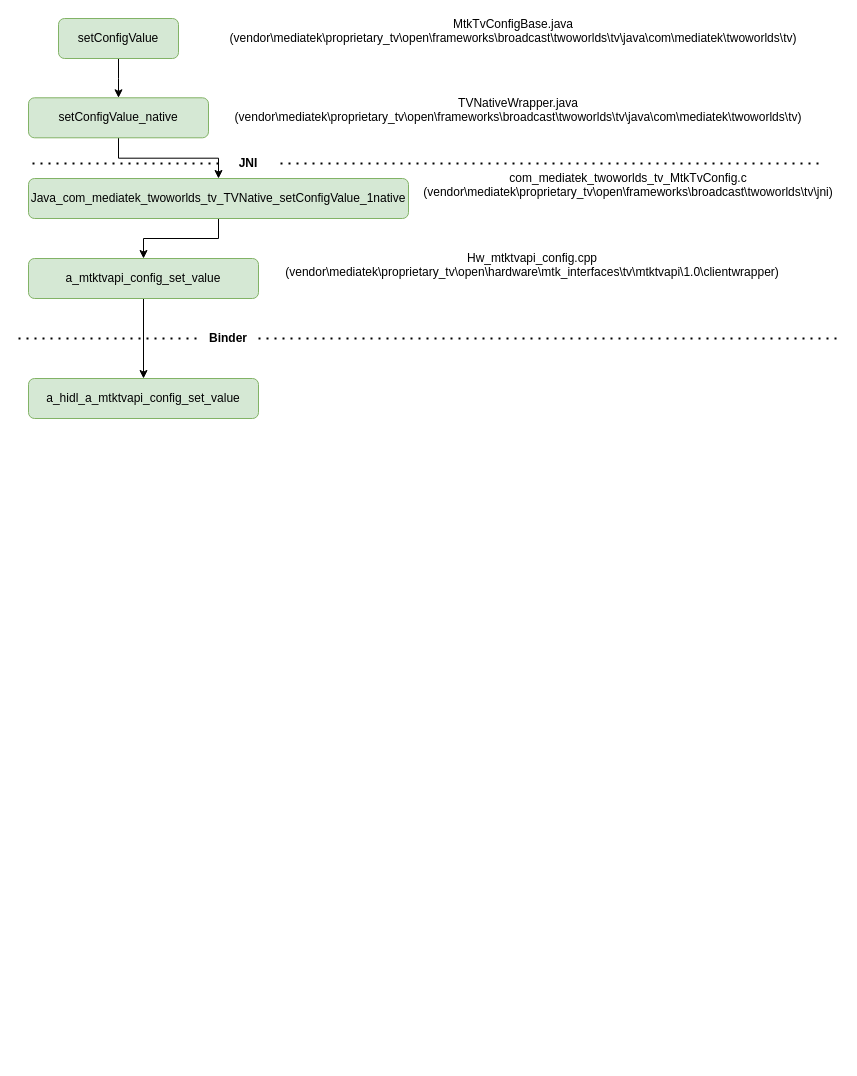
yyzsyx/app_diagrams_net keeps this draw.io diagram as up/mtk_sharpness_callflow.drawio. Above is the earlier version. Source tidied: cells renumbered, new cells numbered last; positions are measured from the earlier drawing's top-left corner, leaving out a move shared by most shapes. Both pictures are drawn from the tidied source at 100%, with x=0, y=0 at pixel (18, 18).
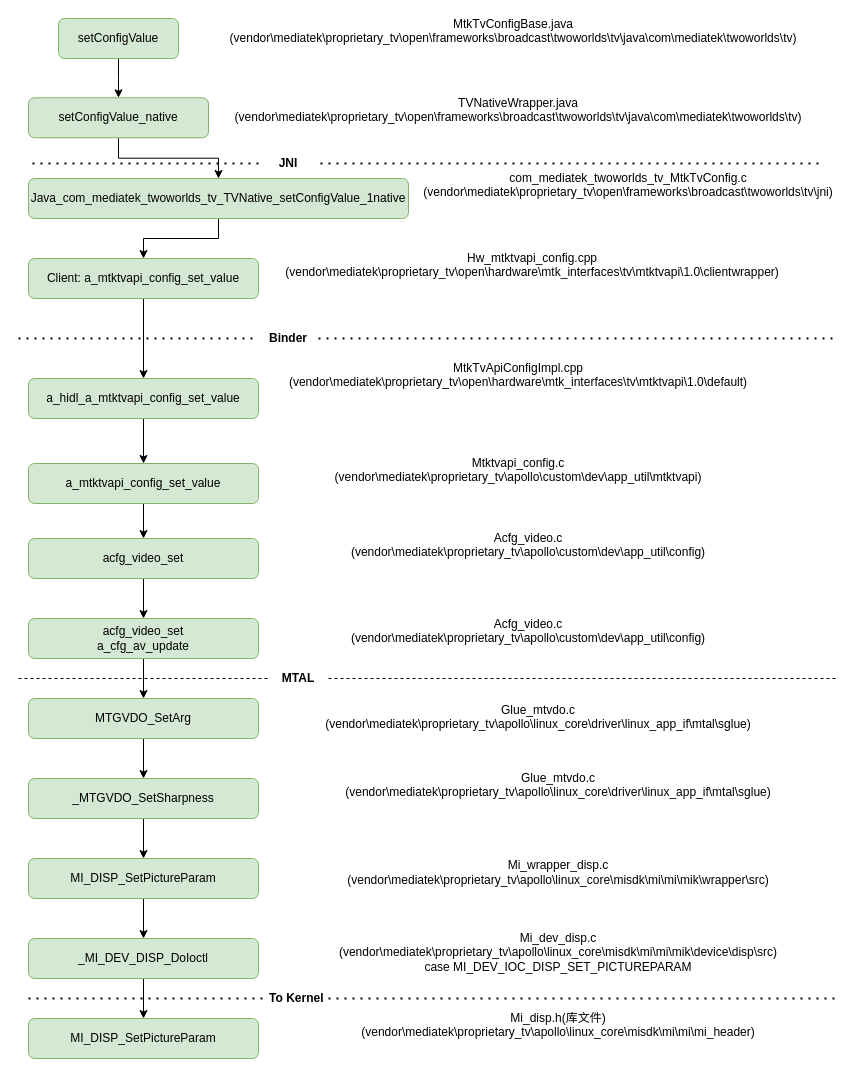
The same page after the edit.

The change refers to these unchanged cells:
```xml
<mxCell id="18" value="a_hidl_a_mtktvapi_config_set_value" style="rounded=1;whiteSpace=wrap;html=1;fillColor=#d5e8d4;strokeColor=#82b366;" parent="1" vertex="1">
  <mxGeometry x="10" y="360" width="230" height="40" as="geometry" />
</mxCell>
```

What changed in the source:
```diff
@@
     <mxCell id="12" value="JNI" style="text;html=1;align=center;verticalAlign=middle;whiteSpace=wrap;rounded=0;fontStyle=1;" parent="1" vertex="1">
-      <mxGeometry x="200" y="130" width="60" height="30" as="geometry" />
+      <mxGeometry x="240" y="130" width="60" height="30" as="geometry" />
     </mxCell>
@@
-    <mxCell id="15" value="a_mtktvapi_config_set_value" style="rounded=1;whiteSpace=wrap;html=1;fillColor=#d5e8d4;strokeColor=#82b366;" parent="1" vertex="1">
+    <mxCell id="15" value="Client: a_mtktvapi_config_set_value" style="rounded=1;whiteSpace=wrap;html=1;fillColor=#d5e8d4;strokeColor=#82b366;" parent="1" vertex="1">
       <mxGeometry x="10" y="240" width="230" height="40" as="geometry" />
     </mxCell>
@@
+    <mxCell id="21" style="edgeStyle=orthogonalEdgeStyle;rounded=0;jettySize=auto;html=1;" parent="1" edge="1" source="18" target="25">
+      <mxGeometry relative="1" as="geometry" />
+    </mxCell>
@@
     <mxCell id="19" value="Binder" style="text;html=1;align=center;verticalAlign=middle;whiteSpace=wrap;rounded=0;fontStyle=1;" parent="1" vertex="1">
-      <mxGeometry x="180" y="300" width="60" height="40" as="geometry" />
+      <mxGeometry x="240" y="300" width="60" height="40" as="geometry" />
     </mxCell>
@@
+    <mxCell id="22" value="&lt;div&gt;&lt;div&gt;&lt;div&gt;&lt;div&gt;&lt;div&gt;MtkTvApiConfigImpl.cpp (vendor\mediatek\proprietary_tv\open\hardware\mtk_interfaces\tv\mtktvapi\1.0\default)&lt;span style=&quot;&quot;&gt; &lt;/span&gt;&lt;/div&gt;&lt;/div&gt;&lt;/div&gt;&lt;/div&gt;&lt;/div&gt;&lt;div&gt;&lt;br&gt;&lt;/div&gt;" style="text;html=1;strokeColor=none;fillColor=none;align=center;verticalAlign=middle;whiteSpace=wrap;rounded=0;" parent="1" vertex="1">
+      <mxGeometry x="400" y="350" width="200" height="28.6" as="geometry" />
+    </mxCell>
+    <mxCell id="23" value="&lt;div&gt;&lt;div&gt;&lt;div&gt;&lt;div&gt;&lt;div&gt;&lt;div&gt;Mtktvapi_config.c (vendor\mediatek\proprietary_tv\apollo\custom\dev\app_util\mtktvapi)&lt;span style=&quot;&quot;&gt; &lt;/span&gt;&lt;/div&gt;&lt;/div&gt;&lt;/div&gt;&lt;/div&gt;&lt;/div&gt;&lt;/div&gt;&lt;div&gt;&lt;br&gt;&lt;/div&gt;" style="text;html=1;strokeColor=none;fillColor=none;align=center;verticalAlign=middle;whiteSpace=wrap;rounded=0;" parent="1" vertex="1">
+      <mxGeometry x="400" y="445" width="200" height="28.6" as="geometry" />
+    </mxCell>
+    <mxCell id="24" style="edgeStyle=orthogonalEdgeStyle;rounded=0;jettySize=auto;html=1;" parent="1" edge="1" source="25" target="28">
+      <mxGeometry relative="1" as="geometry" />
+    </mxCell>
+    <mxCell id="25" value="a_mtktvapi_config_set_value" style="rounded=1;whiteSpace=wrap;html=1;fillColor=#d5e8d4;strokeColor=#82b366;" parent="1" vertex="1">
+      <mxGeometry x="10" y="445" width="230" height="40" as="geometry" />
+    </mxCell>
+    <mxCell id="26" value="&lt;div&gt;&lt;div&gt;&lt;div&gt;&lt;div&gt;&lt;div&gt;&lt;div&gt;&lt;div&gt;Acfg_video.c (vendor\mediatek\proprietary_tv\apollo\custom\dev\app_util\config)&lt;span style=&quot;&quot;&gt; &lt;/span&gt;&lt;/div&gt;&lt;/div&gt;&lt;/div&gt;&lt;/div&gt;&lt;/div&gt;&lt;/div&gt;&lt;/div&gt;&lt;div&gt;&lt;br&gt;&lt;/div&gt;" style="text;html=1;strokeColor=none;fillColor=none;align=center;verticalAlign=middle;whiteSpace=wrap;rounded=0;" parent="1" vertex="1">
+      <mxGeometry x="410" y="520" width="200" height="28.6" as="geometry" />
+    </mxCell>
+    <mxCell id="27" style="edgeStyle=orthogonalEdgeStyle;rounded=0;jettySize=auto;html=1;" parent="1" edge="1" source="28" target="30">
+      <mxGeometry relative="1" as="geometry" />
+    </mxCell>
+    <mxCell id="28" value="acfg_video_set" style="rounded=1;whiteSpace=wrap;html=1;fillColor=#d5e8d4;strokeColor=#82b366;" parent="1" vertex="1">
+      <mxGeometry x="10" y="520" width="230" height="40" as="geometry" />
+    </mxCell>
+    <mxCell id="29" style="edgeStyle=orthogonalEdgeStyle;rounded=0;jettySize=auto;html=1;" parent="1" edge="1" source="30" target="33">
+      <mxGeometry relative="1" as="geometry" />
+    </mxCell>
+    <mxCell id="30" value="acfg_video_set&lt;br&gt;a_cfg_av_update" style="rounded=1;whiteSpace=wrap;html=1;fillColor=#d5e8d4;strokeColor=#82b366;" parent="1" vertex="1">
+      <mxGeometry x="10" y="600" width="230" height="40" as="geometry" />
+    </mxCell>
+    <mxCell id="31" value="&lt;div&gt;&lt;div&gt;&lt;div&gt;&lt;div&gt;&lt;div&gt;&lt;div&gt;&lt;div&gt;Acfg_video.c (vendor\mediatek\proprietary_tv\apollo\custom\dev\app_util\config)&lt;span style=&quot;&quot;&gt; &lt;/span&gt;&lt;/div&gt;&lt;/div&gt;&lt;/div&gt;&lt;/div&gt;&lt;/div&gt;&lt;/div&gt;&lt;/div&gt;&lt;div&gt;&lt;br&gt;&lt;/div&gt;" style="text;html=1;strokeColor=none;fillColor=none;align=center;verticalAlign=middle;whiteSpace=wrap;rounded=0;" parent="1" vertex="1">
+      <mxGeometry x="410" y="605.7" width="200" height="28.6" as="geometry" />
+    </mxCell>
+    <mxCell id="32" style="edgeStyle=orthogonalEdgeStyle;rounded=0;jettySize=auto;html=1;" parent="1" edge="1" source="33" target="35">
+      <mxGeometry relative="1" as="geometry" />
+    </mxCell>
+    <mxCell id="33" value="MTGVDO_SetArg" style="rounded=1;whiteSpace=wrap;html=1;fillColor=#d5e8d4;strokeColor=#82b366;" parent="1" vertex="1">
+      <mxGeometry x="10" y="680" width="230" height="40" as="geometry" />
+    </mxCell>
+    <mxCell id="34" style="edgeStyle=orthogonalEdgeStyle;rounded=0;jettySize=auto;html=1;" parent="1" edge="1" source="35" target="43">
+      <mxGeometry relative="1" as="geometry" />
+    </mxCell>
+    <mxCell id="35" value="_MTGVDO_SetSharpness" style="rounded=1;whiteSpace=wrap;html=1;fillColor=#d5e8d4;strokeColor=#82b366;" parent="1" vertex="1">
+      <mxGeometry x="10" y="760" width="230" height="40" as="geometry" />
+    </mxCell>
+    <mxCell id="36" value="&lt;div&gt;&lt;div&gt;&lt;div&gt;&lt;div&gt;&lt;div&gt;&lt;div&gt;&lt;div&gt;&lt;div&gt;Glue_mtvdo.c (vendor\mediatek\proprietary_tv\apollo\linux_core\driver\linux_app_if\mtal\sglue)&lt;span style=&quot;&quot;&gt; &lt;/span&gt;&lt;/div&gt;&lt;/div&gt;&lt;/div&gt;&lt;/div&gt;&lt;/div&gt;&lt;/div&gt;&lt;/div&gt;&lt;/div&gt;&lt;div&gt;&lt;br&gt;&lt;/div&gt;" style="text;html=1;strokeColor=none;fillColor=none;align=center;verticalAlign=middle;whiteSpace=wrap;rounded=0;" parent="1" vertex="1">
+      <mxGeometry x="420" y="691.4" width="200" height="28.6" as="geometry" />
+    </mxCell>
+    <mxCell id="37" value="&lt;div&gt;&lt;div&gt;&lt;div&gt;&lt;div&gt;&lt;div&gt;&lt;div&gt;&lt;div&gt;&lt;div&gt;&lt;div&gt;Glue_mtvdo.c (vendor\mediatek\proprietary_tv\apollo\linux_core\driver\linux_app_if\mtal\sglue)&lt;span style=&quot;&quot;&gt; &lt;/span&gt;&lt;/div&gt;&lt;/div&gt;&lt;/div&gt;&lt;/div&gt;&lt;/div&gt;&lt;/div&gt;&lt;/div&gt;&lt;/div&gt;&lt;/div&gt;&lt;div&gt;&lt;br&gt;&lt;/div&gt;" style="text;html=1;strokeColor=none;fillColor=none;align=center;verticalAlign=middle;whiteSpace=wrap;rounded=0;" parent="1" vertex="1">
+      <mxGeometry x="440" y="760" width="200" height="28.6" as="geometry" />
+    </mxCell>
+    <mxCell id="38" style="endArrow=none;dashed=1;html=1;rounded=0;startArrow=none;" parent="1" edge="1" source="39">
+      <mxGeometry relative="1" as="geometry">
+        <mxPoint x="820" y="660" as="targetPoint" />
+      </mxGeometry>
+    </mxCell>
+    <mxCell id="39" value="MTAL" style="text;html=1;align=center;verticalAlign=middle;whiteSpace=wrap;rounded=0;fontStyle=1;" parent="1" vertex="1">
+      <mxGeometry x="250" y="640" width="60" height="40" as="geometry" />
+    </mxCell>
+    <mxCell id="40" style="endArrow=none;dashed=1;html=1;rounded=0;" parent="1" edge="1" target="39">
+      <mxGeometry relative="1" as="geometry">
+        <mxPoint y="660" as="sourcePoint" />
+      </mxGeometry>
+    </mxCell>
+    <mxCell id="41" value="&lt;div&gt;&lt;div&gt;&lt;div&gt;&lt;div&gt;&lt;div&gt;&lt;div&gt;&lt;div&gt;&lt;div&gt;&lt;div&gt;&lt;div&gt;Mi_wrapper_disp.c (vendor\mediatek\proprietary_tv\apollo\linux_core\misdk\mi\mi\mik\wrapper\src)&lt;span style=&quot;&quot;&gt;&lt;/span&gt;&lt;/div&gt;&lt;/div&gt;&lt;/div&gt;&lt;/div&gt;&lt;/div&gt;&lt;/div&gt;&lt;/div&gt;&lt;/div&gt;&lt;/div&gt;&lt;/div&gt;" style="text;html=1;strokeColor=none;fillColor=none;align=center;verticalAlign=middle;whiteSpace=wrap;rounded=0;" parent="1" vertex="1">
+      <mxGeometry x="440" y="840" width="200" height="28.6" as="geometry" />
+    </mxCell>
+    <mxCell id="42" style="edgeStyle=orthogonalEdgeStyle;rounded=0;jettySize=auto;html=1;" parent="1" edge="1" source="43" target="45">
+      <mxGeometry relative="1" as="geometry" />
+    </mxCell>
+    <mxCell id="43" value="MI_DISP_SetPictureParam" style="rounded=1;whiteSpace=wrap;html=1;fillColor=#d5e8d4;strokeColor=#82b366;" parent="1" vertex="1">
+      <mxGeometry x="10" y="840" width="230" height="40" as="geometry" />
+    </mxCell>
+    <mxCell id="44" style="edgeStyle=orthogonalEdgeStyle;rounded=0;jettySize=auto;html=1;" parent="1" edge="1" source="45" target="47">
+      <mxGeometry relative="1" as="geometry" />
+    </mxCell>
+    <mxCell id="45" value="_MI_DEV_DISP_DoIoctl" style="rounded=1;whiteSpace=wrap;html=1;fillColor=#d5e8d4;strokeColor=#82b366;" parent="1" vertex="1">
+      <mxGeometry x="10" y="920" width="230" height="40" as="geometry" />
+    </mxCell>
+    <mxCell id="46" value="&lt;div&gt;&lt;div&gt;&lt;div&gt;&lt;div&gt;&lt;div&gt;&lt;div&gt;&lt;div&gt;&lt;div&gt;&lt;div&gt;&lt;div&gt;&lt;div&gt;Mi_dev_disp.c (vendor\mediatek\proprietary_tv\apollo\linux_core\misdk\mi\mi\mik\device\disp\src)&lt;span style=&quot;&quot;&gt; &lt;/span&gt;&lt;/div&gt;&lt;/div&gt;&lt;/div&gt;&lt;/div&gt;&lt;/div&gt;&lt;/div&gt;&lt;/div&gt;&lt;/div&gt;&lt;/div&gt;&lt;/div&gt;&lt;/div&gt;&lt;div&gt;case MI_DEV_IOC_DISP_SET_PICTUREPARAM&lt;br&gt;&lt;/div&gt;" style="text;html=1;strokeColor=none;fillColor=none;align=center;verticalAlign=middle;whiteSpace=wrap;rounded=0;" parent="1" vertex="1">
+      <mxGeometry x="440" y="920" width="200" height="28.6" as="geometry" />
+    </mxCell>
+    <mxCell id="47" value="MI_DISP_SetPictureParam" style="rounded=1;whiteSpace=wrap;html=1;fillColor=#d5e8d4;strokeColor=#82b366;" parent="1" vertex="1">
+      <mxGeometry x="10" y="1000" width="230" height="40" as="geometry" />
+    </mxCell>
+    <mxCell id="48" value="&lt;div&gt;&lt;div&gt;&lt;div&gt;&lt;div&gt;&lt;div&gt;&lt;div&gt;&lt;div&gt;&lt;div&gt;&lt;div&gt;&lt;div&gt;&lt;div&gt;&lt;div&gt;Mi_disp.h(库文件) (vendor\mediatek\proprietary_tv\apollo\linux_core\misdk\mi\mi\mi_header)&lt;span style=&quot;&quot;&gt; &lt;/span&gt;&lt;/div&gt;&lt;/div&gt;&lt;/div&gt;&lt;/div&gt;&lt;/div&gt;&lt;/div&gt;&lt;/div&gt;&lt;/div&gt;&lt;/div&gt;&lt;/div&gt;&lt;/div&gt;&lt;/div&gt;&lt;div&gt;&lt;br&gt;&lt;/div&gt;" style="text;html=1;strokeColor=none;fillColor=none;align=center;verticalAlign=middle;whiteSpace=wrap;rounded=0;" parent="1" vertex="1">
+      <mxGeometry x="440" y="1000" width="200" height="28.6" as="geometry" />
+    </mxCell>
+    <mxCell id="49" style="endArrow=none;dashed=1;html=1;dashPattern=1 3;strokeWidth=2;rounded=0;startArrow=none;" parent="1" edge="1" source="50">
+      <mxGeometry relative="1" as="geometry">
+        <mxPoint x="820" y="980" as="targetPoint" />
+      </mxGeometry>
+    </mxCell>
+    <mxCell id="50" value="To Kernel&amp;nbsp;" style="text;html=1;align=center;verticalAlign=middle;whiteSpace=wrap;rounded=0;fontStyle=1;" parent="1" vertex="1">
+      <mxGeometry x="250" y="960" width="60" height="40" as="geometry" />
+    </mxCell>
+    <mxCell id="51" style="endArrow=none;dashed=1;html=1;dashPattern=1 3;strokeWidth=2;rounded=0;" parent="1" edge="1" target="50">
+      <mxGeometry relative="1" as="geometry">
+        <mxPoint x="10" y="980" as="sourcePoint" />
+      </mxGeometry>
+    </mxCell>
```
